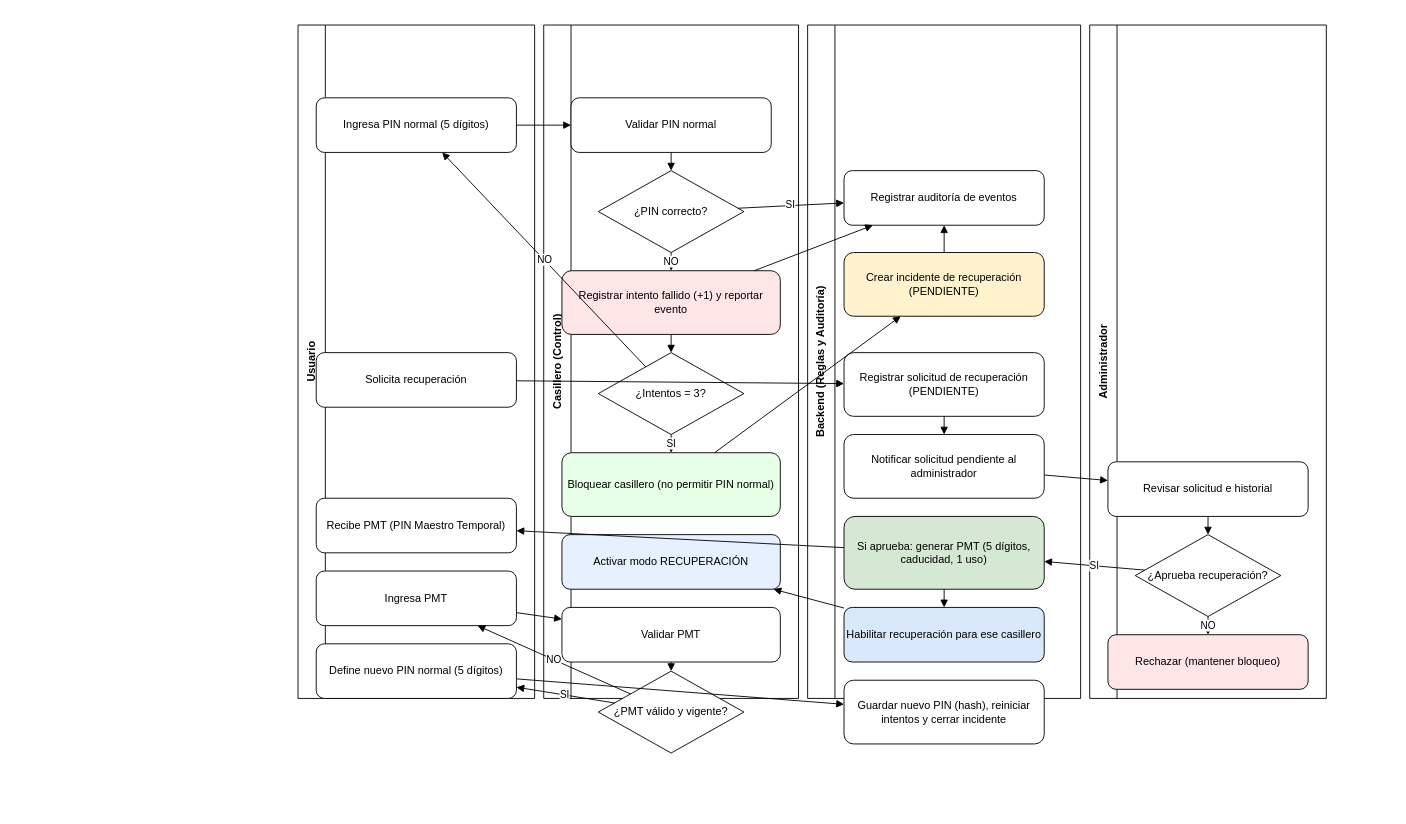
Earlier version of the draw.io diagram Design/Lógica.drawio (Anthonio16/casilleroInteligente). Source tidied: cells renumbered, new cells numbered last; positions are measured from the earlier drawing's top-left corner, leaving out a move shared by most shapes. Both pictures are drawn from the tidied source at 91%, with x=0, y=0 at pixel (298, 25).
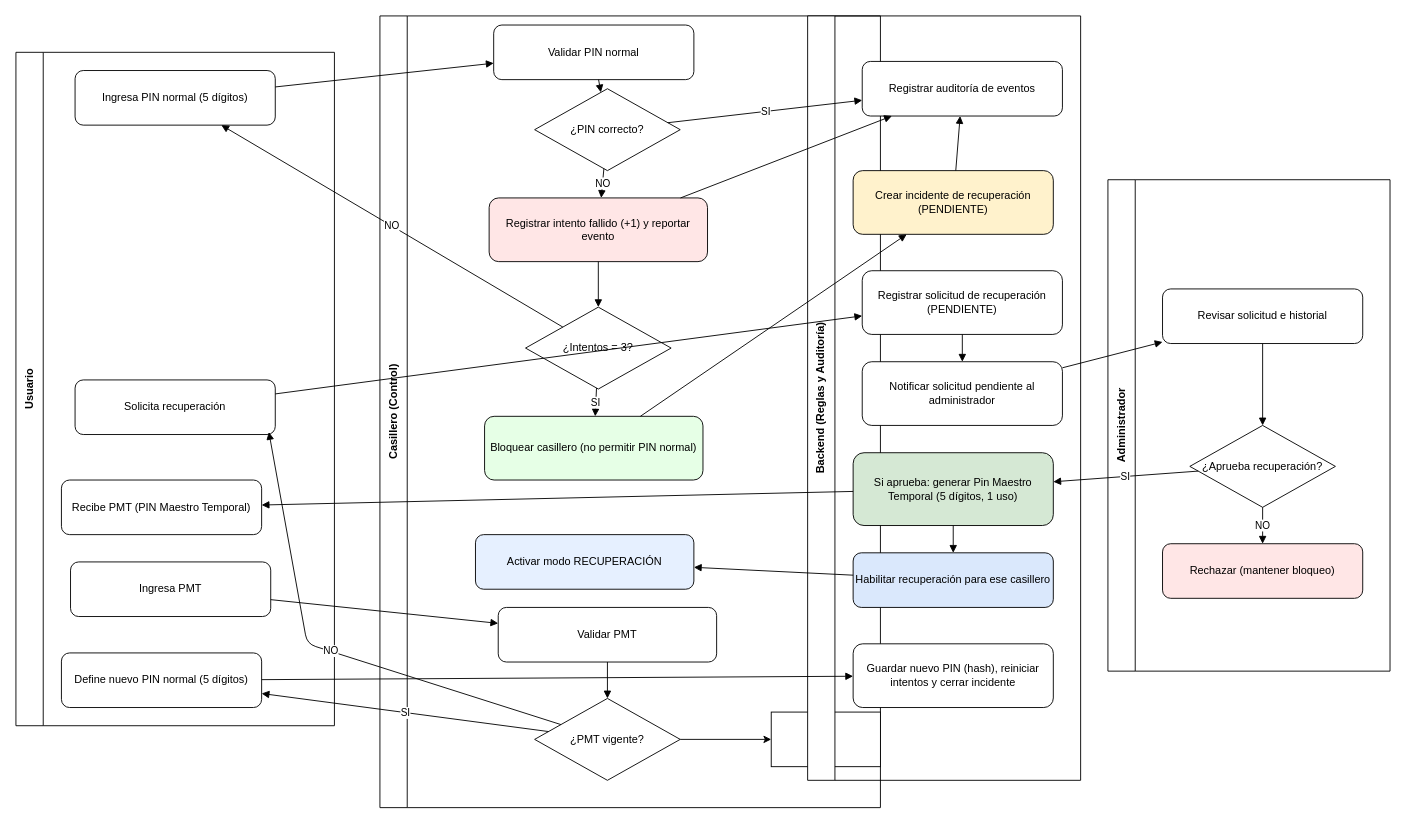
The same diagram, later.

What changed in the source:
```diff
@@
     <mxCell id="2" value="Usuario" style="swimlane;horizontal=0;startSize=30;rounded=0;whiteSpace=wrap;html=1;fillColor=#ffffff;strokeColor=#000000;" parent="1" vertex="1">
-      <mxGeometry width="260" height="740" as="geometry" />
+      <mxGeometry x="-310" y="30" width="350" height="740" as="geometry" />
     </mxCell>
-    <mxCell id="3" value="Casillero (Control)" style="swimlane;horizontal=0;startSize=30;rounded=0;whiteSpace=wrap;html=1;fillColor=#ffffff;strokeColor=#000000;" parent="1" vertex="1">
-      <mxGeometry x="270" width="280" height="740" as="geometry" />
-    </mxCell>
-    <mxCell id="4" value="Backend (Reglas y Auditoría)" style="swimlane;horizontal=0;startSize=30;rounded=0;whiteSpace=wrap;html=1;fillColor=#ffffff;strokeColor=#000000;" parent="1" vertex="1">
-      <mxGeometry x="560" width="300" height="740" as="geometry" />
-    </mxCell>
-    <mxCell id="5" value="Administrador" style="swimlane;horizontal=0;startSize=30;rounded=0;whiteSpace=wrap;html=1;fillColor=#ffffff;strokeColor=#000000;" parent="1" vertex="1">
-      <mxGeometry x="870" width="260" height="740" as="geometry" />
-    </mxCell>
     <mxCell id="6" value="Ingresa PIN normal (5 dígitos)" style="rounded=1;whiteSpace=wrap;html=1;" parent="2" vertex="1">
-      <mxGeometry x="20" y="80" width="220" height="60" as="geometry" />
+      <mxGeometry x="65" y="20" width="220" height="60" as="geometry" />
     </mxCell>
     <mxCell id="7" value="Solicita recuperación" style="rounded=1;whiteSpace=wrap;html=1;" parent="2" vertex="1">
-      <mxGeometry x="20" y="360" width="220" height="60" as="geometry" />
+      <mxGeometry x="65" y="360" width="220" height="60" as="geometry" />
     </mxCell>
     <mxCell id="8" value="Recibe PMT (PIN Maestro Temporal)" style="rounded=1;whiteSpace=wrap;html=1;" parent="2" vertex="1">
-      <mxGeometry x="20" y="520" width="220" height="60" as="geometry" />
+      <mxGeometry x="50" y="470" width="220" height="60" as="geometry" />
     </mxCell>
     <mxCell id="9" value="Ingresa PMT" style="rounded=1;whiteSpace=wrap;html=1;" parent="2" vertex="1">
-      <mxGeometry x="20" y="600" width="220" height="60" as="geometry" />
+      <mxGeometry x="60" y="560" width="220" height="60" as="geometry" />
     </mxCell>
     <mxCell id="10" value="Define nuevo PIN normal (5 dígitos)" style="rounded=1;whiteSpace=wrap;html=1;" parent="2" vertex="1">
-      <mxGeometry x="20" y="680" width="220" height="60" as="geometry" />
+      <mxGeometry x="50" y="660" width="220" height="60" as="geometry" />
     </mxCell>
+    <mxCell id="3" value="Casillero (Control)" style="swimlane;horizontal=0;startSize=30;rounded=0;whiteSpace=wrap;html=1;fillColor=#ffffff;strokeColor=#000000;" parent="1" vertex="1">
+      <mxGeometry x="90" y="-10" width="550" height="870" as="geometry" />
+    </mxCell>
     <mxCell id="11" value="Validar PIN normal" style="rounded=1;whiteSpace=wrap;html=1;" parent="3" vertex="1">
-      <mxGeometry x="30" y="80" width="220" height="60" as="geometry" />
+      <mxGeometry x="125" y="10" width="220" height="60" as="geometry" />
     </mxCell>
     <mxCell id="12" value="¿PIN correcto?" style="rhombus;whiteSpace=wrap;html=1;" parent="3" vertex="1">
-      <mxGeometry x="60" y="160" width="160" height="90" as="geometry" />
+      <mxGeometry x="170" y="80" width="160" height="90" as="geometry" />
     </mxCell>
     <mxCell id="13" value="Registrar intento fallido (+1) y reportar evento" style="rounded=1;whiteSpace=wrap;html=1;fillColor=#ffe6e6;strokeColor=#000000;" parent="3" vertex="1">
-      <mxGeometry x="20" y="270" width="240" height="70" as="geometry" />
+      <mxGeometry x="120" y="200" width="240" height="70" as="geometry" />
     </mxCell>
     <mxCell id="14" value="¿Intentos = 3?" style="rhombus;whiteSpace=wrap;html=1;" parent="3" vertex="1">
-      <mxGeometry x="60" y="360" width="160" height="90" as="geometry" />
+      <mxGeometry x="160" y="320" width="160" height="90" as="geometry" />
     </mxCell>
     <mxCell id="15" value="Bloquear casillero (no permitir PIN normal)" style="rounded=1;whiteSpace=wrap;html=1;fillColor=#e6ffe6;strokeColor=#000000;" parent="3" vertex="1">
-      <mxGeometry x="20" y="470" width="240" height="70" as="geometry" />
+      <mxGeometry x="115" y="440" width="240" height="70" as="geometry" />
     </mxCell>
     <mxCell id="16" value="Activar modo RECUPERACIÓN" style="rounded=1;whiteSpace=wrap;html=1;fillColor=#e6f0ff;strokeColor=#000000;" parent="3" vertex="1">
-      <mxGeometry x="20" y="560" width="240" height="60" as="geometry" />
+      <mxGeometry x="105" y="570" width="240" height="60" as="geometry" />
     </mxCell>
     <mxCell id="17" value="Validar PMT" style="rounded=1;whiteSpace=wrap;html=1;" parent="3" vertex="1">
-      <mxGeometry x="20" y="640" width="240" height="60" as="geometry" />
+      <mxGeometry x="130" y="650" width="240" height="60" as="geometry" />
     </mxCell>
+    <mxCell id="53" style="edgeStyle=none;html=1;" parent="3" edge="1" source="18" target="54">
+      <mxGeometry relative="1" as="geometry" />
+    </mxCell>
-    <mxCell id="18" value="¿PMT válido y vigente?" style="rhombus;whiteSpace=wrap;html=1;" parent="3" vertex="1">
-      <mxGeometry x="60" y="710" width="160" height="90" as="geometry" />
+    <mxCell id="18" value="¿PMT vigente?" style="rhombus;whiteSpace=wrap;html=1;" parent="3" vertex="1">
+      <mxGeometry x="170" y="750" width="160" height="90" as="geometry" />
     </mxCell>
+    <mxCell id="48" style="endArrow=block;html=1;" parent="3" edge="1" source="17" target="18">
+      <mxGeometry relative="1" as="geometry" />
+    </mxCell>
+    <mxCell id="54" style="whiteSpace=wrap;html=1;" parent="3" vertex="1">
+      <mxGeometry x="430" y="765" width="120" height="60" as="geometry" />
+    </mxCell>
+    <mxCell id="4" value="Backend (Reglas y Auditoría)" style="swimlane;horizontal=0;startSize=30;rounded=0;whiteSpace=wrap;html=1;fillColor=#ffffff;strokeColor=#000000;" parent="1" vertex="1">
+      <mxGeometry x="560" y="-10" width="300" height="840" as="geometry" />
+    </mxCell>
     <mxCell id="19" value="Registrar auditoría de eventos" style="rounded=1;whiteSpace=wrap;html=1;" parent="4" vertex="1">
-      <mxGeometry x="40" y="160" width="220" height="60" as="geometry" />
+      <mxGeometry x="60" y="50" width="220" height="60" as="geometry" />
     </mxCell>
     <mxCell id="20" value="Crear incidente de recuperación (PENDIENTE)" style="rounded=1;whiteSpace=wrap;html=1;fillColor=#fff2cc;strokeColor=#000000;" parent="4" vertex="1">
-      <mxGeometry x="40" y="250" width="220" height="70" as="geometry" />
+      <mxGeometry x="50" y="170" width="220" height="70" as="geometry" />
     </mxCell>
     <mxCell id="21" value="Registrar solicitud de recuperación (PENDIENTE)" style="rounded=1;whiteSpace=wrap;html=1;" parent="4" vertex="1">
-      <mxGeometry x="40" y="360" width="220" height="70" as="geometry" />
+      <mxGeometry x="60" y="280" width="220" height="70" as="geometry" />
     </mxCell>
     <mxCell id="22" value="Notificar solicitud pendiente al administrador" style="rounded=1;whiteSpace=wrap;html=1;" parent="4" vertex="1">
-      <mxGeometry x="40" y="450" width="220" height="70" as="geometry" />
+      <mxGeometry x="60" y="380" width="220" height="70" as="geometry" />
     </mxCell>
-    <mxCell id="23" value="Si aprueba: generar PMT (5 dígitos, caducidad, 1 uso)" style="rounded=1;whiteSpace=wrap;html=1;fillColor=#d5e8d4;strokeColor=#000000;" parent="4" vertex="1">
-      <mxGeometry x="40" y="540" width="220" height="80" as="geometry" />
+    <mxCell id="23" value="Si aprueba: generar Pin Maestro Temporal (5 dígitos, 1 uso)" style="rounded=1;whiteSpace=wrap;html=1;fillColor=#d5e8d4;strokeColor=#000000;" parent="4" vertex="1">
+      <mxGeometry x="50" y="480" width="220" height="80" as="geometry" />
     </mxCell>
     <mxCell id="24" value="Habilitar recuperación para ese casillero" style="rounded=1;whiteSpace=wrap;html=1;fillColor=#dae8fc;strokeColor=#000000;" parent="4" vertex="1">
-      <mxGeometry x="40" y="640" width="220" height="60" as="geometry" />
+      <mxGeometry x="50" y="590" width="220" height="60" as="geometry" />
     </mxCell>
     <mxCell id="25" value="Guardar nuevo PIN (hash), reiniciar intentos y cerrar incidente" style="rounded=1;whiteSpace=wrap;html=1;" parent="4" vertex="1">
-      <mxGeometry x="40" y="720" width="220" height="70" as="geometry" />
+      <mxGeometry x="50" y="690" width="220" height="70" as="geometry" />
     </mxCell>
+    <mxCell id="5" value="Administrador" style="swimlane;horizontal=0;startSize=30;rounded=0;whiteSpace=wrap;html=1;fillColor=#ffffff;strokeColor=#000000;" parent="1" vertex="1">
+      <mxGeometry x="890" y="170" width="310" height="540" as="geometry" />
+    </mxCell>
     <mxCell id="26" value="Revisar solicitud e historial" style="rounded=1;whiteSpace=wrap;html=1;" parent="5" vertex="1">
-      <mxGeometry x="20" y="480" width="220" height="60" as="geometry" />
+      <mxGeometry x="60" y="120" width="220" height="60" as="geometry" />
     </mxCell>
     <mxCell id="27" value="¿Aprueba recuperación?" style="rhombus;whiteSpace=wrap;html=1;" parent="5" vertex="1">
-      <mxGeometry x="50" y="560" width="160" height="90" as="geometry" />
+      <mxGeometry x="90" y="270" width="160" height="90" as="geometry" />
     </mxCell>
     <mxCell id="28" value="Rechazar (mantener bloqueo)" style="rounded=1;whiteSpace=wrap;html=1;fillColor=#ffe6e6;strokeColor=#000000;" parent="5" vertex="1">
-      <mxGeometry x="20" y="670" width="220" height="60" as="geometry" />
+      <mxGeometry x="60" y="400" width="220" height="60" as="geometry" />
     </mxCell>
@@
-    <mxCell id="48" style="endArrow=block;html=1;" parent="1" edge="1" source="17" target="18">
-      <mxGeometry relative="1" as="geometry" />
-    </mxCell>
@@
-    <mxCell id="51" value="NO" style="endArrow=block;html=1;" parent="1" edge="1" source="18" target="9">
-      <mxGeometry relative="1" as="geometry" />
+    <mxCell id="51" value="NO" style="endArrow=block;html=1;entryX=0.968;entryY=0.954;entryDx=0;entryDy=0;entryPerimeter=0;" parent="1" edge="1" source="18" target="7">
+      <mxGeometry relative="1" as="geometry">
+        <Array as="points">
+          <mxPoint x="10" y="680" />
+        </Array>
+      </mxGeometry>
     </mxCell>
```
